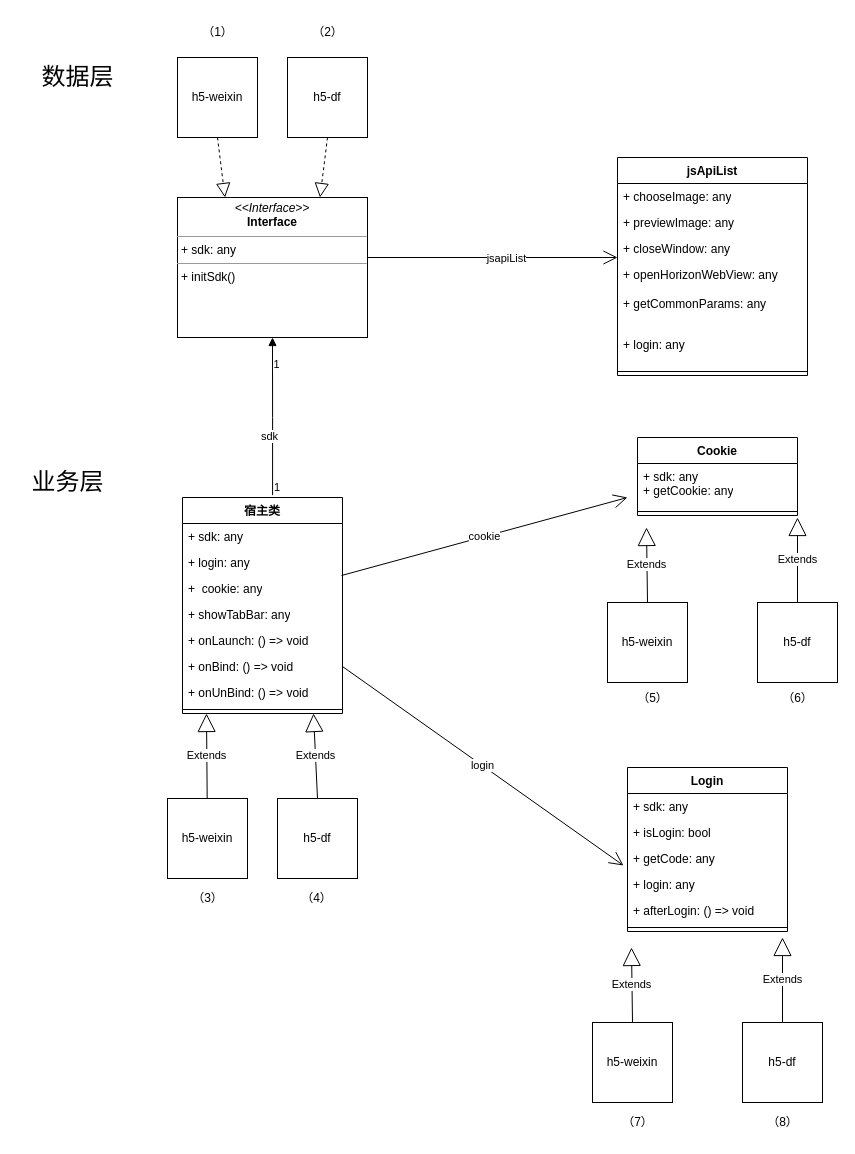
Above: page "第 2 页" (2 of 3) of 未命名绘图.drawio in ios2014/ios-- (draw.io), before the change. Source tidied: cells renumbered, new cells numbered last; positions are measured from the earlier drawing's top-left corner, leaving out a move shared by most shapes. Both pictures are drawn from the tidied source at 100%, with x=0, y=0 at pixel (17, 17).
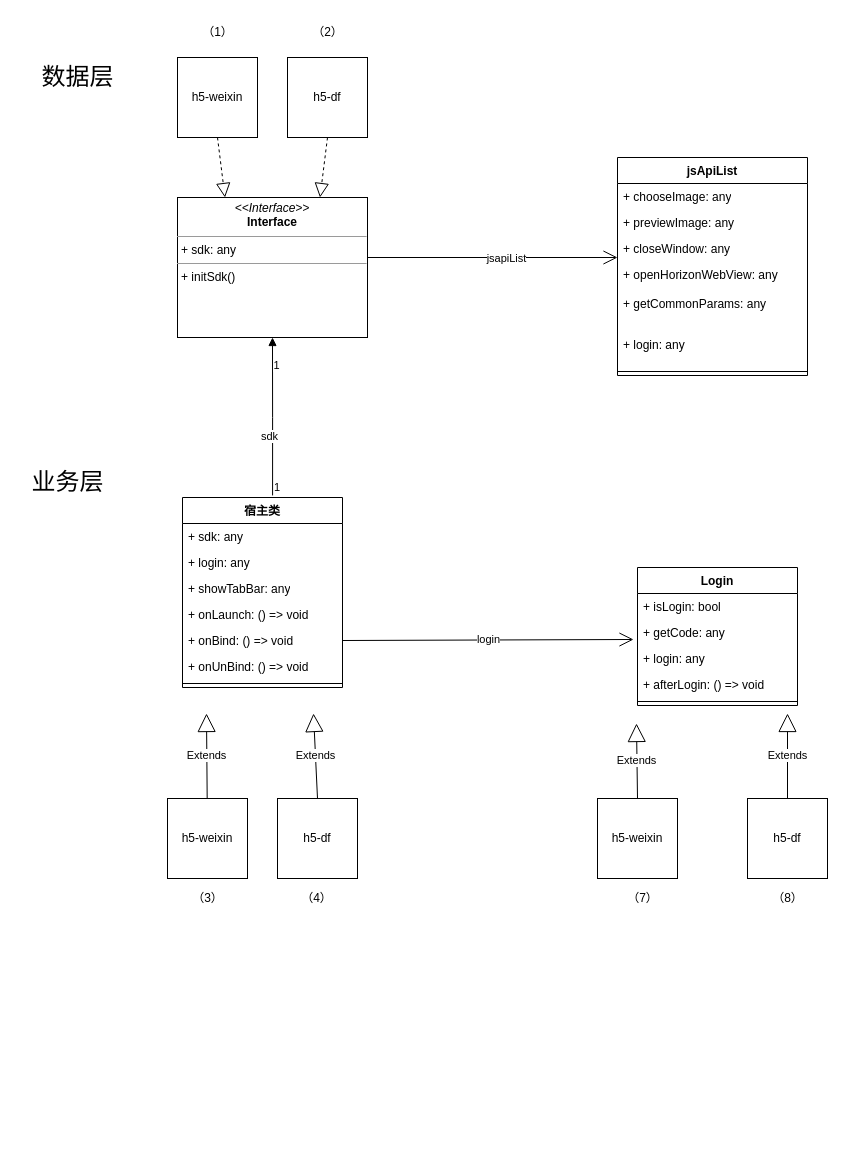
The same diagram, later.

The edit, as a diff of the source:
```diff
@@
     <mxCell id="9" value="宿主类" style="swimlane;fontStyle=1;align=center;verticalAlign=top;horizontal=1;startSize=26;whiteSpace=wrap;html=1;" parent="1" vertex="1">
-      <mxGeometry x="165" y="480" width="160" height="216" as="geometry" />
+      <mxGeometry x="165" y="480" width="160" height="190" as="geometry" />
     </mxCell>
@@
-    <mxCell id="12" value="+ &amp;nbsp;cookie:&amp;nbsp;any" style="text;strokeColor=none;fillColor=none;align=left;verticalAlign=top;spacingLeft=4;spacingRight=4;overflow=hidden;points=[[0,0.5],[1,0.5]];portConstraint=eastwest;whiteSpace=wrap;html=1;" parent="9" vertex="1">
-      <mxGeometry y="78" width="160" height="26" as="geometry" />
-    </mxCell>
     <mxCell id="13" value="+&amp;nbsp;showTabBar:&amp;nbsp;any" style="text;strokeColor=none;fillColor=none;align=left;verticalAlign=top;spacingLeft=4;spacingRight=4;overflow=hidden;whiteSpace=wrap;html=1;" parent="9" vertex="1">
-      <mxGeometry y="104" width="160" height="26" as="geometry" />
+      <mxGeometry y="78" width="160" height="26" as="geometry" />
     </mxCell>
     <mxCell id="14" value="+&amp;nbsp;onLaunch: () =&amp;gt; void" style="text;strokeColor=none;fillColor=none;align=left;verticalAlign=top;spacingLeft=4;spacingRight=4;overflow=hidden;whiteSpace=wrap;html=1;" parent="9" vertex="1">
-      <mxGeometry y="130" width="160" height="26" as="geometry" />
+      <mxGeometry y="104" width="160" height="26" as="geometry" />
     </mxCell>
     <mxCell id="15" value="+&amp;nbsp;onBind: () =&amp;gt; void" style="text;strokeColor=none;fillColor=none;align=left;verticalAlign=top;spacingLeft=4;spacingRight=4;overflow=hidden;points=[[0,0.5],[1,0.5]];portConstraint=eastwest;whiteSpace=wrap;html=1;" parent="9" vertex="1">
-      <mxGeometry y="156" width="160" height="26" as="geometry" />
+      <mxGeometry y="130" width="160" height="26" as="geometry" />
     </mxCell>
     <mxCell id="16" value="+&amp;nbsp;onUnBind: () =&amp;gt; void" style="text;strokeColor=none;fillColor=none;align=left;verticalAlign=top;spacingLeft=4;spacingRight=4;overflow=hidden;whiteSpace=wrap;html=1;" parent="9" vertex="1">
-      <mxGeometry y="182" width="160" height="26" as="geometry" />
+      <mxGeometry y="156" width="160" height="26" as="geometry" />
     </mxCell>
     <mxCell id="17" style="line;strokeWidth=1;fillColor=none;align=left;verticalAlign=middle;spacingTop=-1;spacingLeft=3;spacingRight=3;labelPosition=right;strokeColor=inherit;" parent="9" vertex="1">
-      <mxGeometry y="208" width="160" height="8" as="geometry" />
+      <mxGeometry y="182" width="160" height="8" as="geometry" />
     </mxCell>
@@
     <mxCell id="33" value="h5-weixin" style="whiteSpace=wrap;html=1;" parent="1" vertex="1">
-      <mxGeometry x="575" y="1005" width="80" height="80" as="geometry" />
+      <mxGeometry x="580" y="781" width="80" height="80" as="geometry" />
     </mxCell>
     <mxCell id="34" value="h5-df" style="whiteSpace=wrap;html=1;" parent="1" vertex="1">
-      <mxGeometry x="725" y="1005" width="80" height="80" as="geometry" />
+      <mxGeometry x="730" y="781" width="80" height="80" as="geometry" />
     </mxCell>
     <mxCell id="35" value="Login" style="swimlane;fontStyle=1;align=center;verticalAlign=top;horizontal=1;startSize=26;whiteSpace=wrap;html=1;" parent="1" vertex="1">
-      <mxGeometry x="610" y="750" width="160" height="164" as="geometry" />
+      <mxGeometry x="620" y="550" width="160" height="138" as="geometry" />
     </mxCell>
-    <mxCell id="36" value="+&amp;nbsp;sdk:&amp;nbsp;any" style="text;strokeColor=none;fillColor=none;align=left;verticalAlign=top;spacingLeft=4;spacingRight=4;overflow=hidden;whiteSpace=wrap;html=1;" parent="35" vertex="1">
-      <mxGeometry y="26" width="160" height="26" as="geometry" />
-    </mxCell>
     <mxCell id="37" value="+&amp;nbsp;isLogin: bool" style="text;strokeColor=none;fillColor=none;align=left;verticalAlign=top;spacingLeft=4;spacingRight=4;overflow=hidden;whiteSpace=wrap;html=1;" parent="35" vertex="1">
-      <mxGeometry y="52" width="160" height="26" as="geometry" />
+      <mxGeometry y="26" width="160" height="26" as="geometry" />
     </mxCell>
     <mxCell id="38" value="+&amp;nbsp;getCode:&amp;nbsp;any" style="text;strokeColor=none;fillColor=none;align=left;verticalAlign=top;spacingLeft=4;spacingRight=4;overflow=hidden;points=[[0,0.5],[1,0.5]];portConstraint=eastwest;whiteSpace=wrap;html=1;" parent="35" vertex="1">
-      <mxGeometry y="78" width="160" height="26" as="geometry" />
+      <mxGeometry y="52" width="160" height="26" as="geometry" />
     </mxCell>
     <mxCell id="39" value="+&amp;nbsp;login:&amp;nbsp;any" style="text;strokeColor=none;fillColor=none;align=left;verticalAlign=top;spacingLeft=4;spacingRight=4;overflow=hidden;whiteSpace=wrap;html=1;" parent="35" vertex="1">
-      <mxGeometry y="104" width="160" height="26" as="geometry" />
+      <mxGeometry y="78" width="160" height="26" as="geometry" />
     </mxCell>
     <mxCell id="40" value="+&amp;nbsp;afterLogin: () =&amp;gt; void" style="text;strokeColor=none;fillColor=none;align=left;verticalAlign=top;spacingLeft=4;spacingRight=4;overflow=hidden;whiteSpace=wrap;html=1;" parent="35" vertex="1">
-      <mxGeometry y="130" width="160" height="26" as="geometry" />
+      <mxGeometry y="104" width="160" height="26" as="geometry" />
     </mxCell>
     <mxCell id="41" style="line;strokeWidth=1;fillColor=none;align=left;verticalAlign=middle;spacingTop=-1;spacingLeft=3;spacingRight=3;labelPosition=right;strokeColor=inherit;" parent="35" vertex="1">
-      <mxGeometry y="156" width="160" height="8" as="geometry" />
+      <mxGeometry y="130" width="160" height="8" as="geometry" />
     </mxCell>
     <mxCell id="42" value="Extends" style="endArrow=block;endSize=16;endFill=0;html=1;rounded=0;exitX=0.5;exitY=0;exitDx=0;exitDy=0;" parent="1" edge="1" source="34">
       <mxGeometry relative="1" as="geometry">
-        <mxPoint x="765" y="920" as="targetPoint" />
+        <mxPoint x="770" y="696" as="targetPoint" />
       </mxGeometry>
     </mxCell>
     <mxCell id="43" value="Extends" style="endArrow=block;endSize=16;endFill=0;html=1;rounded=0;exitX=0.5;exitY=0;exitDx=0;exitDy=0;" parent="1" edge="1" source="33">
       <mxGeometry relative="1" as="geometry">
-        <mxPoint x="614" y="930" as="targetPoint" />
+        <mxPoint x="619" y="706" as="targetPoint" />
       </mxGeometry>
     </mxCell>
@@
-    <mxCell id="47" value="h5-weixin" style="whiteSpace=wrap;html=1;" parent="1" vertex="1">
-      <mxGeometry x="590" y="585" width="80" height="80" as="geometry" />
-    </mxCell>
-    <mxCell id="48" value="h5-df" style="whiteSpace=wrap;html=1;" parent="1" vertex="1">
-      <mxGeometry x="740" y="585" width="80" height="80" as="geometry" />
-    </mxCell>
-    <mxCell id="49" value="Cookie" style="swimlane;fontStyle=1;align=center;verticalAlign=top;horizontal=1;startSize=26;whiteSpace=wrap;html=1;" parent="1" vertex="1">
-      <mxGeometry x="620" y="420" width="160" height="78" as="geometry" />
-    </mxCell>
-    <mxCell id="50" value="+&amp;nbsp;sdk:&amp;nbsp;any&lt;br&gt;+&amp;nbsp;getCookie:&amp;nbsp;any" style="text;strokeColor=none;fillColor=none;align=left;verticalAlign=top;spacingLeft=4;spacingRight=4;overflow=hidden;whiteSpace=wrap;html=1;" parent="49" vertex="1">
-      <mxGeometry y="26" width="160" height="44" as="geometry" />
-    </mxCell>
-    <mxCell id="51" style="line;strokeWidth=1;fillColor=none;align=left;verticalAlign=middle;spacingTop=-1;spacingLeft=3;spacingRight=3;labelPosition=right;strokeColor=inherit;" parent="49" vertex="1">
-      <mxGeometry y="70" width="160" height="8" as="geometry" />
-    </mxCell>
-    <mxCell id="52" value="Extends" style="endArrow=block;endSize=16;endFill=0;html=1;rounded=0;exitX=0.5;exitY=0;exitDx=0;exitDy=0;" parent="1" edge="1" source="48">
-      <mxGeometry relative="1" as="geometry">
-        <mxPoint x="780" y="500" as="targetPoint" />
-      </mxGeometry>
-    </mxCell>
-    <mxCell id="53" value="Extends" style="endArrow=block;endSize=16;endFill=0;html=1;rounded=0;exitX=0.5;exitY=0;exitDx=0;exitDy=0;" parent="1" edge="1" source="47">
-      <mxGeometry relative="1" as="geometry">
-        <mxPoint x="629" y="510" as="targetPoint" />
-      </mxGeometry>
-    </mxCell>
-    <mxCell id="54" value="cookie" style="endArrow=open;endFill=1;endSize=12;html=1;rounded=0;exitX=0.994;exitY=0;exitDx=0;exitDy=0;exitPerimeter=0;" parent="1" edge="1" source="12">
-      <mxGeometry relative="1" as="geometry">
-        <mxPoint x="610" y="480" as="targetPoint" />
-      </mxGeometry>
-    </mxCell>
@@
     <mxCell id="59" value="（7）" style="text;html=1;align=center;verticalAlign=middle;strokeColor=none;fillColor=none;" parent="1" vertex="1">
-      <mxGeometry x="595" y="1090" width="50" height="30" as="geometry" />
+      <mxGeometry x="600" y="866" width="50" height="30" as="geometry" />
     </mxCell>
     <mxCell id="60" value="（8）" style="text;html=1;align=center;verticalAlign=middle;strokeColor=none;fillColor=none;" parent="1" vertex="1">
-      <mxGeometry x="740" y="1090" width="50" height="30" as="geometry" />
+      <mxGeometry x="745" y="866" width="50" height="30" as="geometry" />
     </mxCell>
-    <mxCell id="61" value="（5）" style="text;html=1;align=center;verticalAlign=middle;strokeColor=none;fillColor=none;" parent="1" vertex="1">
-      <mxGeometry x="610" y="666" width="50" height="30" as="geometry" />
-    </mxCell>
-    <mxCell id="62" value="（6）" style="text;html=1;align=center;verticalAlign=middle;strokeColor=none;fillColor=none;" parent="1" vertex="1">
-      <mxGeometry x="755" y="666" width="50" height="30" as="geometry" />
-    </mxCell>
```
